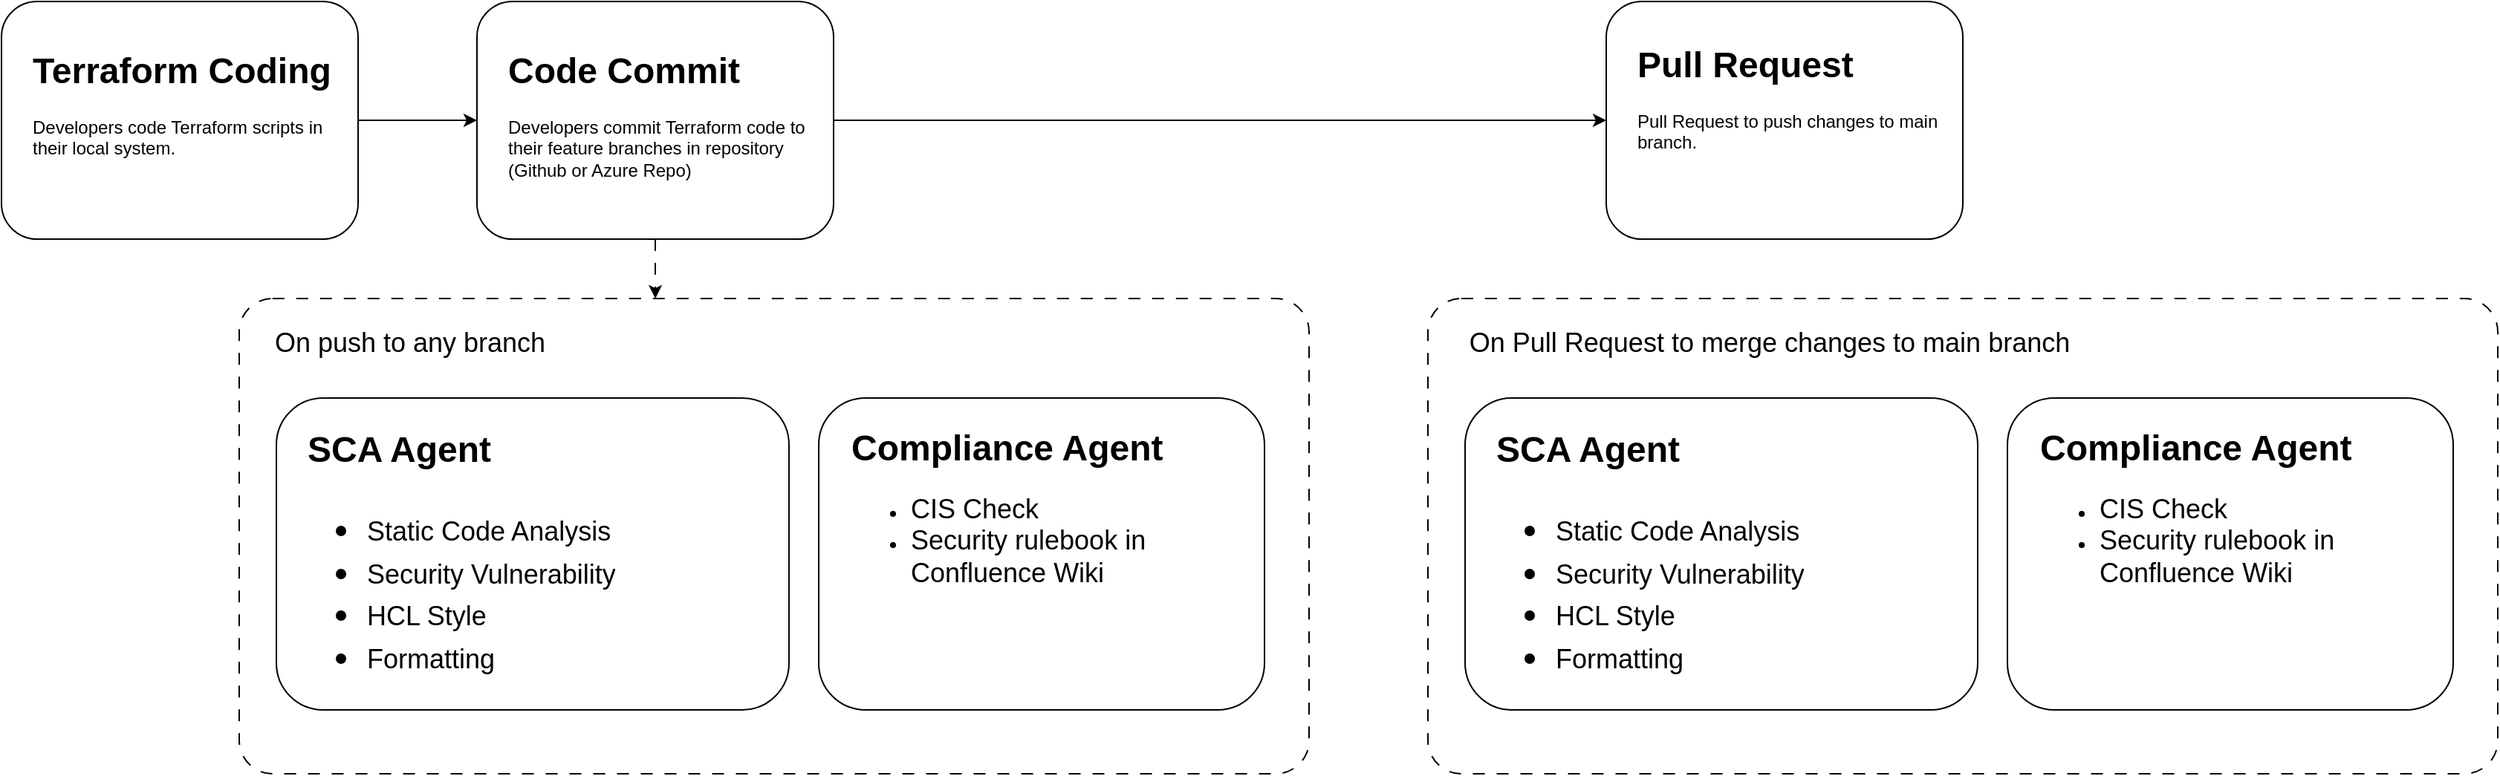
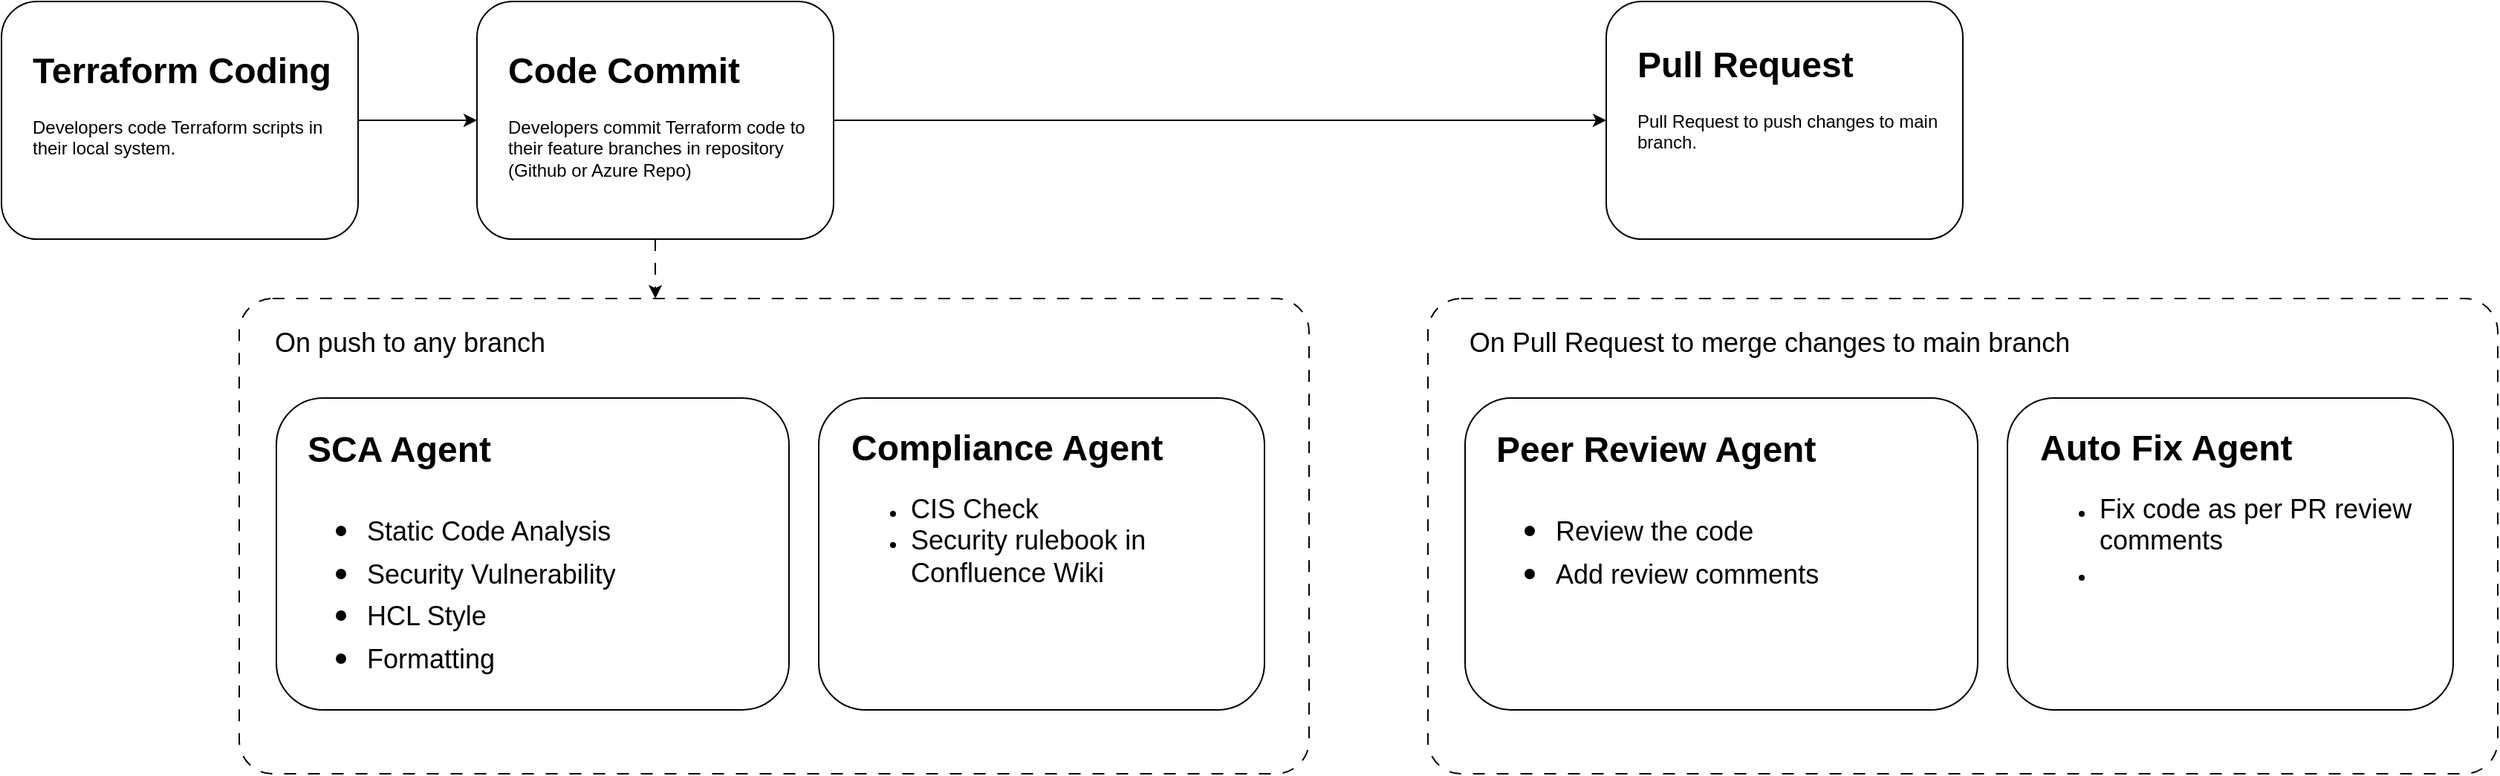
<mxfile host="app.diagrams.net">
  <diagram name="Page-1" id="llQ14HlxIDWXj9B5HY60">
    <mxGraphModel dx="1006" dy="638" grid="1" gridSize="10" guides="1" tooltips="1" connect="1" arrows="1" fold="1" page="1" pageScale="1" pageWidth="850" pageHeight="1100" math="0" shadow="0">
      <root>
        <mxCell id="0" />
        <mxCell id="1" parent="0" />
        <mxCell id="IWc9zJM8tDhvkjJ2dRjy-13" edge="1" parent="1" source="oJW8UGhNAXkty13G2p3x-1" style="edgeStyle=orthogonalEdgeStyle;rounded=0;orthogonalLoop=1;jettySize=auto;html=1;entryX=0;entryY=0.5;entryDx=0;entryDy=0;" target="IWc9zJM8tDhvkjJ2dRjy-1">
          <mxGeometry relative="1" as="geometry" />
        </mxCell>
        <mxCell id="oJW8UGhNAXkty13G2p3x-1" parent="1" style="rounded=1;whiteSpace=wrap;html=1;" value="" vertex="1">
          <mxGeometry height="160" width="240" x="440" y="200" as="geometry" />
        </mxCell>
        <mxCell id="oJW8UGhNAXkty13G2p3x-3" parent="1" style="text;html=1;whiteSpace=wrap;overflow=hidden;rounded=0;" value="&lt;h1 style=&quot;margin-top: 0px;&quot;&gt;Code Commit&lt;/h1&gt;&lt;p&gt;Developers commit Terraform code to their feature branches in repository (Github or Azure Repo)&lt;/p&gt;" vertex="1">
          <mxGeometry height="100" width="210" x="459" y="226" as="geometry" />
        </mxCell>
        <mxCell id="IWc9zJM8tDhvkjJ2dRjy-1" parent="1" style="rounded=1;whiteSpace=wrap;html=1;" value="" vertex="1">
          <mxGeometry height="160" width="240" x="1200" y="200" as="geometry" />
        </mxCell>
        <mxCell id="IWc9zJM8tDhvkjJ2dRjy-2" parent="1" style="text;html=1;whiteSpace=wrap;overflow=hidden;rounded=0;" value="&lt;h1 style=&quot;margin-top: 0px;&quot;&gt;Pull Request&lt;/h1&gt;&lt;p&gt;Pull Request to push changes to main branch.&lt;/p&gt;" vertex="1">
          <mxGeometry height="100" width="210" x="1219" y="222" as="geometry" />
        </mxCell>
        <mxCell id="IWc9zJM8tDhvkjJ2dRjy-12" edge="1" parent="1" source="IWc9zJM8tDhvkjJ2dRjy-3" style="edgeStyle=orthogonalEdgeStyle;rounded=0;orthogonalLoop=1;jettySize=auto;html=1;exitX=1;exitY=0.5;exitDx=0;exitDy=0;entryX=0;entryY=0.5;entryDx=0;entryDy=0;" target="oJW8UGhNAXkty13G2p3x-1">
          <mxGeometry relative="1" as="geometry" />
        </mxCell>
        <mxCell id="IWc9zJM8tDhvkjJ2dRjy-3" parent="1" style="rounded=1;whiteSpace=wrap;html=1;" value="" vertex="1">
          <mxGeometry height="160" width="240" x="120" y="200" as="geometry" />
        </mxCell>
        <mxCell id="IWc9zJM8tDhvkjJ2dRjy-4" parent="1" style="text;html=1;whiteSpace=wrap;overflow=hidden;rounded=0;" value="&lt;h1 style=&quot;margin-top: 0px;&quot;&gt;Terraform Coding&lt;/h1&gt;&lt;p&gt;Developers code Terraform scripts in their local system.&lt;/p&gt;" vertex="1">
          <mxGeometry height="100" width="210" x="139" y="226" as="geometry" />
        </mxCell>
        <mxCell id="IWc9zJM8tDhvkjJ2dRjy-5" parent="1" style="rounded=1;whiteSpace=wrap;html=1;arcSize=7;dashed=1;dashPattern=8 8;" value="" vertex="1">
          <mxGeometry height="320" width="720" x="280" y="400" as="geometry" />
        </mxCell>
        <mxCell id="IWc9zJM8tDhvkjJ2dRjy-6" parent="1" style="text;html=1;whiteSpace=wrap;strokeColor=none;fillColor=none;align=center;verticalAlign=middle;rounded=0;" value="&lt;font style=&quot;font-size: 18px;&quot;&gt;On push to any branch&lt;/font&gt;" vertex="1">
          <mxGeometry height="30" width="210" x="290" y="415" as="geometry" />
        </mxCell>
        <mxCell id="IWc9zJM8tDhvkjJ2dRjy-7" parent="1" style="rounded=1;whiteSpace=wrap;html=1;" value="" vertex="1">
          <mxGeometry height="210" width="345" x="305" y="467" as="geometry" />
        </mxCell>
        <mxCell id="IWc9zJM8tDhvkjJ2dRjy-8" parent="1" style="text;html=1;whiteSpace=wrap;overflow=hidden;rounded=0;" value="&lt;h1 style=&quot;margin-top: 0px;&quot;&gt;SCA Agent&lt;/h1&gt;&lt;h1 style=&quot;margin-top: 0px;&quot;&gt;&lt;p style=&quot;font-size: 12px; font-weight: 400;&quot;&gt;&lt;/p&gt;&lt;ul&gt;&lt;li&gt;&lt;span style=&quot;font-size: 18px; font-weight: normal;&quot;&gt;Static Code Analysis&lt;/span&gt;&lt;/li&gt;&lt;li&gt;&lt;span style=&quot;font-size: 18px; font-weight: normal;&quot;&gt;Security Vulnerability&lt;/span&gt;&lt;/li&gt;&lt;li&gt;&lt;span style=&quot;font-size: 18px; font-weight: normal;&quot;&gt;HCL Style&lt;/span&gt;&lt;/li&gt;&lt;li&gt;&lt;span style=&quot;font-size: 18px; font-weight: normal;&quot;&gt;Formatting&lt;/span&gt;&lt;/li&gt;&lt;/ul&gt;&lt;p&gt;&lt;/p&gt;&lt;/h1&gt;" vertex="1">
          <mxGeometry height="183" width="306" x="324" y="481" as="geometry" />
        </mxCell>
        <mxCell id="IWc9zJM8tDhvkjJ2dRjy-9" parent="1" style="rounded=1;whiteSpace=wrap;html=1;" value="" vertex="1">
          <mxGeometry height="210" width="300" x="670" y="467" as="geometry" />
        </mxCell>
        <mxCell id="IWc9zJM8tDhvkjJ2dRjy-10" parent="1" style="text;html=1;whiteSpace=wrap;overflow=hidden;rounded=0;" value="&lt;h1 style=&quot;margin-top: 0px;&quot;&gt;Compliance Agent&lt;/h1&gt;&lt;p&gt;&lt;/p&gt;&lt;ul&gt;&lt;li&gt;&lt;span style=&quot;font-size: 18px;&quot;&gt;CIS Check&lt;/span&gt;&lt;/li&gt;&lt;li&gt;&lt;span style=&quot;font-size: 18px;&quot;&gt;Security rulebook in Confluence Wiki&lt;/span&gt;&lt;/li&gt;&lt;/ul&gt;&lt;p&gt;&lt;/p&gt;" vertex="1">
          <mxGeometry height="127" width="269" x="690" y="480" as="geometry" />
        </mxCell>
        <mxCell id="IWc9zJM8tDhvkjJ2dRjy-11" edge="1" parent="1" source="oJW8UGhNAXkty13G2p3x-1" style="edgeStyle=orthogonalEdgeStyle;rounded=0;orthogonalLoop=1;jettySize=auto;html=1;exitX=0.5;exitY=1;exitDx=0;exitDy=0;entryX=0.389;entryY=0;entryDx=0;entryDy=0;entryPerimeter=0;dashed=1;dashPattern=8 8;" target="IWc9zJM8tDhvkjJ2dRjy-5">
          <mxGeometry relative="1" as="geometry" />
        </mxCell>
        <mxCell id="IWc9zJM8tDhvkjJ2dRjy-14" parent="1" style="rounded=1;whiteSpace=wrap;html=1;arcSize=7;dashed=1;dashPattern=8 8;" value="" vertex="1">
          <mxGeometry height="320" width="720" x="1080" y="400" as="geometry" />
        </mxCell>
        <mxCell id="IWc9zJM8tDhvkjJ2dRjy-15" parent="1" style="text;html=1;whiteSpace=wrap;strokeColor=none;fillColor=none;align=center;verticalAlign=middle;rounded=0;" value="&lt;font style=&quot;font-size: 18px;&quot;&gt;On Pull Request to merge changes to main branch&lt;/font&gt;" vertex="1">
          <mxGeometry height="30" width="440" x="1090" y="415" as="geometry" />
        </mxCell>
        <mxCell id="IWc9zJM8tDhvkjJ2dRjy-16" parent="1" style="rounded=1;whiteSpace=wrap;html=1;" value="" vertex="1">
          <mxGeometry height="210" width="345" x="1105" y="467" as="geometry" />
        </mxCell>
-         <mxCell id="IWc9zJM8tDhvkjJ2dRjy-17" parent="1" style="text;html=1;whiteSpace=wrap;overflow=hidden;rounded=0;" value="&lt;h1 style=&quot;margin-top: 0px;&quot;&gt;SCA Agent&lt;/h1&gt;&lt;h1 style=&quot;margin-top: 0px;&quot;&gt;&lt;p style=&quot;font-size: 12px; font-weight: 400;&quot;&gt;&lt;/p&gt;&lt;ul&gt;&lt;li&gt;&lt;span style=&quot;font-size: 18px; font-weight: normal;&quot;&gt;Static Code Analysis&lt;/span&gt;&lt;/li&gt;&lt;li&gt;&lt;span style=&quot;font-size: 18px; font-weight: normal;&quot;&gt;Security Vulnerability&lt;/span&gt;&lt;/li&gt;&lt;li&gt;&lt;span style=&quot;font-size: 18px; font-weight: normal;&quot;&gt;HCL Style&lt;/span&gt;&lt;/li&gt;&lt;li&gt;&lt;span style=&quot;font-size: 18px; font-weight: normal;&quot;&gt;Formatting&lt;/span&gt;&lt;/li&gt;&lt;/ul&gt;&lt;p&gt;&lt;/p&gt;&lt;/h1&gt;" vertex="1">
-           <mxGeometry height="183" width="306" x="1124" y="481" as="geometry" />
+         <mxCell id="IWc9zJM8tDhvkjJ2dRjy-17" parent="1" style="text;html=1;whiteSpace=wrap;overflow=hidden;rounded=0;" value="&lt;h1 style=&quot;margin-top: 0px;&quot;&gt;Peer Review Agent&lt;/h1&gt;&lt;h1 style=&quot;margin-top: 0px;&quot;&gt;&lt;p style=&quot;font-size: 12px; font-weight: 400;&quot;&gt;&lt;/p&gt;&lt;ul&gt;&lt;li&gt;&lt;span style=&quot;font-size: 18px; font-weight: 400;&quot;&gt;Review the code&lt;/span&gt;&lt;/li&gt;&lt;li&gt;&lt;span style=&quot;font-size: 18px; font-weight: 400;&quot;&gt;Add review comments&lt;/span&gt;&lt;/li&gt;&lt;/ul&gt;&lt;p&gt;&lt;/p&gt;&lt;/h1&gt;" vertex="1">
+           <mxGeometry height="129" width="306" x="1124" y="481" as="geometry" />
        </mxCell>
        <mxCell id="IWc9zJM8tDhvkjJ2dRjy-18" parent="1" style="rounded=1;whiteSpace=wrap;html=1;" value="" vertex="1">
          <mxGeometry height="210" width="300" x="1470" y="467" as="geometry" />
        </mxCell>
-         <mxCell id="IWc9zJM8tDhvkjJ2dRjy-19" parent="1" style="text;html=1;whiteSpace=wrap;overflow=hidden;rounded=0;" value="&lt;h1 style=&quot;margin-top: 0px;&quot;&gt;Compliance Agent&lt;/h1&gt;&lt;p&gt;&lt;/p&gt;&lt;ul&gt;&lt;li&gt;&lt;span style=&quot;font-size: 18px;&quot;&gt;CIS Check&lt;/span&gt;&lt;/li&gt;&lt;li&gt;&lt;span style=&quot;font-size: 18px;&quot;&gt;Security rulebook in Confluence Wiki&lt;/span&gt;&lt;/li&gt;&lt;/ul&gt;&lt;p&gt;&lt;/p&gt;" vertex="1">
+         <mxCell id="IWc9zJM8tDhvkjJ2dRjy-19" parent="1" style="text;html=1;whiteSpace=wrap;overflow=hidden;rounded=0;" value="&lt;h1 style=&quot;margin-top: 0px;&quot;&gt;Auto Fix Agent&lt;/h1&gt;&lt;p&gt;&lt;/p&gt;&lt;ul&gt;&lt;li&gt;&lt;span style=&quot;font-size: 18px;&quot;&gt;Fix code as per PR review comments&lt;/span&gt;&lt;/li&gt;&lt;li&gt;&lt;span style=&quot;font-size: 18px;&quot;&gt;&lt;br&gt;&lt;/span&gt;&lt;/li&gt;&lt;/ul&gt;&lt;p&gt;&lt;/p&gt;" vertex="1">
          <mxGeometry height="127" width="269" x="1490" y="480" as="geometry" />
        </mxCell>
      </root>
    </mxGraphModel>
  </diagram>
</mxfile>
